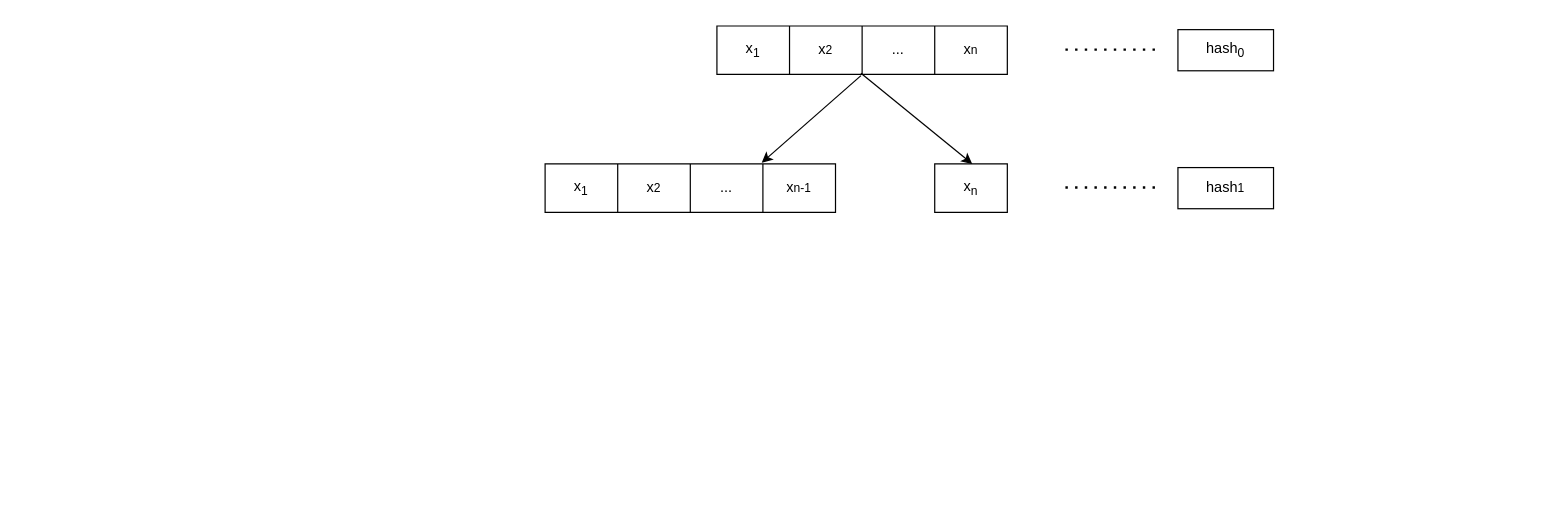
The draw.io diagram page "Process of building LSHiForest" (1 of 2) of iLSHiForest.drawio in LiLiJacky/graphData, before the edit. Source tidied: cells renumbered, new cells numbered last; positions are measured from the earlier drawing's top-left corner, leaving out a move shared by most shapes. Both pictures are drawn from the tidied source at 121%, with x=0, y=0 at pixel (544, 25).
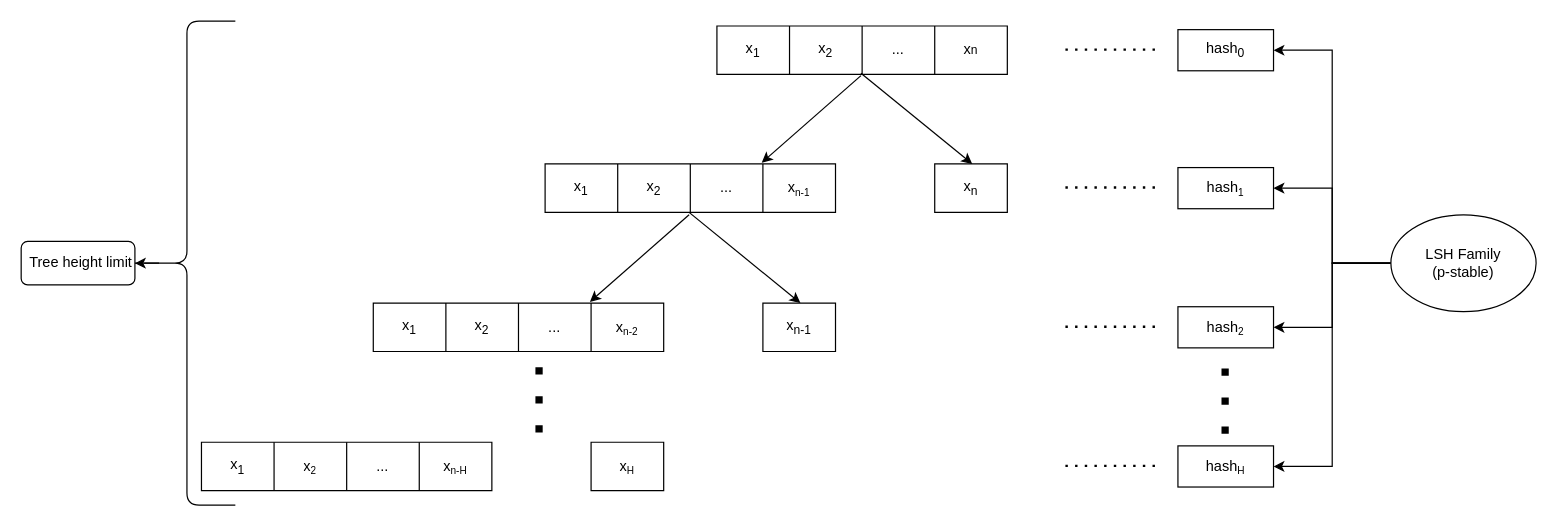
After the change.

Unchanged cells that the change refers to:
```xml
<mxCell id="4" style="shape=tableRow;horizontal=0;startSize=0;swimlaneHead=0;swimlaneBody=0;strokeColor=inherit;top=0;left=0;bottom=0;right=0;fillColor=none;points=[[0,0.5],[1,0.5]];portConstraint=eastwest;" parent="3" vertex="1">
  <mxGeometry width="240" height="40" as="geometry" />
</mxCell>
<mxCell id="10" value="hash&lt;sub&gt;0&lt;/sub&gt;" style="rounded=0;whiteSpace=wrap;html=1;" parent="1" vertex="1">
  <mxGeometry x="523" y="3" width="79" height="34" as="geometry" />
</mxCell>
<mxCell id="12" style="shape=tableRow;horizontal=0;startSize=0;swimlaneHead=0;swimlaneBody=0;strokeColor=inherit;top=0;left=0;bottom=0;right=0;fillColor=none;points=[[0,0.5],[1,0.5]];portConstraint=eastwest;" parent="11" vertex="1">
  <mxGeometry width="240" height="40" as="geometry" />
</mxCell>
```

Change to the diagram source:
```diff
@@
-    <mxCell id="6" value="x&lt;span style=&quot;font-size: 10px;&quot;&gt;2&lt;/span&gt;" style="shape=partialRectangle;html=1;whiteSpace=wrap;strokeColor=inherit;overflow=hidden;fillColor=none;top=0;left=0;bottom=0;right=0;" parent="4" vertex="1">
+    <mxCell id="6" value="x&lt;span style=&quot;border-color: var(--border-color);&quot;&gt;&lt;sub&gt;2&lt;/sub&gt;&lt;/span&gt;" style="shape=partialRectangle;html=1;whiteSpace=wrap;strokeColor=inherit;overflow=hidden;fillColor=none;top=0;left=0;bottom=0;right=0;" parent="4" vertex="1">
       <mxGeometry x="60" width="60" height="40" as="geometry" />
     </mxCell>
@@
-    <mxCell id="14" value="x&lt;span style=&quot;font-size: 10px;&quot;&gt;2&lt;/span&gt;" style="shape=partialRectangle;html=1;whiteSpace=wrap;strokeColor=inherit;overflow=hidden;fillColor=none;top=0;left=0;bottom=0;right=0;" parent="12" vertex="1">
+    <mxCell id="14" value="x&lt;sub style=&quot;border-color: var(--border-color);&quot;&gt;2&lt;/sub&gt;" style="shape=partialRectangle;html=1;whiteSpace=wrap;strokeColor=inherit;overflow=hidden;fillColor=none;top=0;left=0;bottom=0;right=0;" parent="12" vertex="1">
       <mxGeometry x="60" width="60" height="40" as="geometry" />
     </mxCell>
@@
-    <mxCell id="16" value="x&lt;span style=&quot;font-size: 10px;&quot;&gt;n-1&lt;/span&gt;" style="shape=partialRectangle;html=1;whiteSpace=wrap;strokeColor=inherit;overflow=hidden;fillColor=none;top=0;left=0;bottom=0;right=0;" parent="12" vertex="1">
+    <mxCell id="16" value="x&lt;span style=&quot;font-size: 10px;&quot;&gt;&lt;sub&gt;n-1&lt;/sub&gt;&lt;/span&gt;" style="shape=partialRectangle;html=1;whiteSpace=wrap;strokeColor=inherit;overflow=hidden;fillColor=none;top=0;left=0;bottom=0;right=0;" parent="12" vertex="1">
       <mxGeometry x="180" width="60" height="40" as="geometry" />
     </mxCell>
@@
-    <mxCell id="22" value="hash&lt;span style=&quot;font-size: 10px;&quot;&gt;1&lt;/span&gt;" style="rounded=0;whiteSpace=wrap;html=1;" parent="1" vertex="1">
+    <mxCell id="22" value="hash&lt;span style=&quot;font-size: 10px;&quot;&gt;&lt;sub&gt;1&lt;/sub&gt;&lt;/span&gt;" style="rounded=0;whiteSpace=wrap;html=1;" parent="1" vertex="1">
       <mxGeometry x="523" y="117" width="79" height="34" as="geometry" />
     </mxCell>
+    <mxCell id="23" style="rounded=0;jettySize=auto;html=1;exitX=0.496;exitY=1.025;exitDx=0;exitDy=0;exitPerimeter=0;entryX=0.746;entryY=-0.025;entryDx=0;entryDy=0;entryPerimeter=0;" parent="1" edge="1" target="25">
+      <mxGeometry relative="1" as="geometry">
+        <mxPoint x="119" y="156" as="sourcePoint" />
+      </mxGeometry>
+    </mxCell>
+    <mxCell id="24" style="shape=table;startSize=0;childLayout=tableLayout;" parent="1" vertex="1">
+      <mxGeometry x="-142" y="229" width="240" height="40" as="geometry" />
+    </mxCell>
+    <mxCell id="25" style="shape=tableRow;horizontal=0;startSize=0;swimlaneHead=0;swimlaneBody=0;strokeColor=inherit;top=0;left=0;bottom=0;right=0;fillColor=none;points=[[0,0.5],[1,0.5]];portConstraint=eastwest;" parent="24" vertex="1">
+      <mxGeometry width="240" height="40" as="geometry" />
+    </mxCell>
+    <mxCell id="26" value="x&lt;sub&gt;1&lt;/sub&gt;" style="shape=partialRectangle;html=1;whiteSpace=wrap;strokeColor=inherit;overflow=hidden;fillColor=none;top=0;left=0;bottom=0;right=0;" parent="25" vertex="1">
+      <mxGeometry width="60" height="40" as="geometry" />
+    </mxCell>
+    <mxCell id="27" value="x&lt;sub style=&quot;border-color: var(--border-color);&quot;&gt;2&lt;/sub&gt;" style="shape=partialRectangle;html=1;whiteSpace=wrap;strokeColor=inherit;overflow=hidden;fillColor=none;top=0;left=0;bottom=0;right=0;" parent="25" vertex="1">
+      <mxGeometry x="60" width="60" height="40" as="geometry" />
+    </mxCell>
+    <mxCell id="28" value="..." style="shape=partialRectangle;html=1;whiteSpace=wrap;strokeColor=inherit;overflow=hidden;fillColor=none;top=0;left=0;bottom=0;right=0;" parent="25" vertex="1">
+      <mxGeometry x="120" width="60" height="40" as="geometry" />
+    </mxCell>
+    <mxCell id="29" value="x&lt;span style=&quot;font-size: 10px;&quot;&gt;&lt;sub&gt;n-2&lt;/sub&gt;&lt;/span&gt;" style="shape=partialRectangle;html=1;whiteSpace=wrap;strokeColor=inherit;overflow=hidden;fillColor=none;top=0;left=0;bottom=0;right=0;" parent="25" vertex="1">
+      <mxGeometry x="180" width="60" height="40" as="geometry" />
+    </mxCell>
+    <mxCell id="30" style="shape=table;startSize=0;childLayout=tableLayout;" parent="1" vertex="1">
+      <mxGeometry x="180" y="229" width="60" height="40" as="geometry" />
+    </mxCell>
+    <mxCell id="31" style="shape=tableRow;horizontal=0;startSize=0;swimlaneHead=0;swimlaneBody=0;strokeColor=inherit;top=0;left=0;bottom=0;right=0;fillColor=none;points=[[0,0.5],[1,0.5]];portConstraint=eastwest;" parent="30" vertex="1">
+      <mxGeometry width="60" height="40" as="geometry" />
+    </mxCell>
+    <mxCell id="32" value="x&lt;sub&gt;n-1&lt;/sub&gt;" style="shape=partialRectangle;html=1;whiteSpace=wrap;strokeColor=inherit;overflow=hidden;fillColor=none;top=0;left=0;bottom=0;right=0;" parent="31" vertex="1">
+      <mxGeometry width="60" height="40" as="geometry" />
+    </mxCell>
+    <mxCell id="33" style="rounded=0;jettySize=auto;html=1;entryX=0.517;entryY=0;entryDx=0;entryDy=0;entryPerimeter=0;exitX=0.496;exitY=0.975;exitDx=0;exitDy=0;exitPerimeter=0;" parent="1" edge="1" target="31">
+      <mxGeometry relative="1" as="geometry">
+        <mxPoint x="119" y="154" as="sourcePoint" />
+      </mxGeometry>
+    </mxCell>
+    <mxCell id="34" style="endArrow=none;dashed=1;html=1;dashPattern=1 3;strokeWidth=2;rounded=0;" parent="1" edge="1">
+      <mxGeometry relative="1" as="geometry">
+        <mxPoint x="430" y="248.5" as="sourcePoint" />
+        <mxPoint x="506" y="248.5" as="targetPoint" />
+      </mxGeometry>
+    </mxCell>
+    <mxCell id="35" value="hash&lt;span style=&quot;font-size: 10px;&quot;&gt;&lt;sub&gt;2&lt;/sub&gt;&lt;/span&gt;" style="rounded=0;whiteSpace=wrap;html=1;" parent="1" vertex="1">
+      <mxGeometry x="523" y="232" width="79" height="34" as="geometry" />
+    </mxCell>
+    <mxCell id="36" style="shape=table;startSize=0;childLayout=tableLayout;" parent="1" vertex="1">
+      <mxGeometry x="-284" y="344" width="240" height="40" as="geometry" />
+    </mxCell>
+    <mxCell id="37" style="shape=tableRow;horizontal=0;startSize=0;swimlaneHead=0;swimlaneBody=0;strokeColor=inherit;top=0;left=0;bottom=0;right=0;fillColor=none;" parent="36" vertex="1">
+      <mxGeometry width="240" height="40" as="geometry" />
+    </mxCell>
+    <mxCell id="38" value="x&lt;sub&gt;1&lt;/sub&gt;" style="shape=partialRectangle;html=1;whiteSpace=wrap;strokeColor=inherit;overflow=hidden;fillColor=none;top=0;left=0;bottom=0;right=0;" parent="37" vertex="1">
+      <mxGeometry width="60" height="40" as="geometry" />
+    </mxCell>
+    <mxCell id="39" value="x&lt;span style=&quot;font-size: 10px;&quot;&gt;&lt;sub&gt;2&lt;/sub&gt;&lt;/span&gt;" style="shape=partialRectangle;html=1;whiteSpace=wrap;strokeColor=inherit;overflow=hidden;fillColor=none;top=0;left=0;bottom=0;right=0;" parent="37" vertex="1">
+      <mxGeometry x="60" width="60" height="40" as="geometry" />
+    </mxCell>
+    <mxCell id="40" value="..." style="shape=partialRectangle;html=1;whiteSpace=wrap;strokeColor=inherit;overflow=hidden;fillColor=none;top=0;left=0;bottom=0;right=0;" parent="37" vertex="1">
+      <mxGeometry x="120" width="60" height="40" as="geometry" />
+    </mxCell>
+    <mxCell id="41" value="x&lt;span style=&quot;font-size: 10px;&quot;&gt;&lt;sub&gt;n-H&lt;/sub&gt;&lt;/span&gt;" style="shape=partialRectangle;html=1;whiteSpace=wrap;strokeColor=inherit;overflow=hidden;fillColor=none;top=0;left=0;bottom=0;right=0;" parent="37" vertex="1">
+      <mxGeometry x="180" width="60" height="40" as="geometry" />
+    </mxCell>
+    <mxCell id="42" style="shape=table;startSize=0;childLayout=tableLayout;" parent="1" vertex="1">
+      <mxGeometry x="38" y="344" width="60" height="40" as="geometry" />
+    </mxCell>
+    <mxCell id="43" style="shape=tableRow;horizontal=0;startSize=0;swimlaneHead=0;swimlaneBody=0;strokeColor=inherit;top=0;left=0;bottom=0;right=0;fillColor=none;" parent="42" vertex="1">
+      <mxGeometry width="60" height="40" as="geometry" />
+    </mxCell>
+    <mxCell id="44" value="x&lt;span style=&quot;font-size: 10px;&quot;&gt;&lt;sub&gt;H&lt;/sub&gt;&lt;/span&gt;" style="shape=partialRectangle;html=1;whiteSpace=wrap;strokeColor=inherit;overflow=hidden;fillColor=none;top=0;left=0;bottom=0;right=0;" parent="43" vertex="1">
+      <mxGeometry width="60" height="40" as="geometry" />
+    </mxCell>
+    <mxCell id="45" style="endArrow=none;dashed=1;html=1;dashPattern=1 3;strokeWidth=2;rounded=0;" parent="1" edge="1">
+      <mxGeometry relative="1" as="geometry">
+        <mxPoint x="430" y="363.5" as="sourcePoint" />
+        <mxPoint x="506" y="363.5" as="targetPoint" />
+      </mxGeometry>
+    </mxCell>
+    <mxCell id="46" value="hash&lt;span style=&quot;font-size: 10px;&quot;&gt;&lt;sub&gt;H&lt;/sub&gt;&lt;/span&gt;" style="rounded=0;whiteSpace=wrap;html=1;" parent="1" vertex="1">
+      <mxGeometry x="523" y="347" width="79" height="34" as="geometry" />
+    </mxCell>
+    <mxCell id="47" style="endArrow=none;dashed=1;html=1;dashPattern=1 3;strokeWidth=6;rounded=1;jumpSize=4;" parent="1" edge="1">
+      <mxGeometry relative="1" as="geometry">
+        <mxPoint x="-5" y="336" as="sourcePoint" />
+        <mxPoint x="-5" y="276" as="targetPoint" />
+      </mxGeometry>
+    </mxCell>
+    <mxCell id="48" style="edgeStyle=orthogonalEdgeStyle;rounded=0;jettySize=auto;html=1;" parent="1" edge="1" source="49" target="50">
+      <mxGeometry relative="1" as="geometry" />
+    </mxCell>
+    <mxCell id="49" style="shape=curlyBracket;whiteSpace=wrap;html=1;rounded=1;labelPosition=left;verticalLabelPosition=middle;align=right;verticalAlign=middle;" parent="1" vertex="1">
+      <mxGeometry x="-336" y="-4" width="80" height="400" as="geometry" />
+    </mxCell>
+    <mxCell id="50" value="Tree height limit" style="whiteSpace=wrap;html=1;align=right;rounded=1;" parent="1" vertex="1">
+      <mxGeometry x="-433" y="178" width="94" height="36" as="geometry" />
+    </mxCell>
+    <mxCell id="51" style="edgeStyle=orthogonalEdgeStyle;rounded=0;jettySize=auto;html=1;entryX=1;entryY=0.5;entryDx=0;entryDy=0;" parent="1" edge="1" source="55" target="10">
+      <mxGeometry relative="1" as="geometry" />
+    </mxCell>
+    <mxCell id="52" style="edgeStyle=orthogonalEdgeStyle;rounded=0;jettySize=auto;html=1;entryX=1;entryY=0.5;entryDx=0;entryDy=0;" parent="1" edge="1" source="55" target="22">
+      <mxGeometry relative="1" as="geometry" />
+    </mxCell>
+    <mxCell id="53" style="edgeStyle=orthogonalEdgeStyle;rounded=0;jettySize=auto;html=1;entryX=1;entryY=0.5;entryDx=0;entryDy=0;" parent="1" edge="1" source="55" target="35">
+      <mxGeometry relative="1" as="geometry" />
+    </mxCell>
+    <mxCell id="54" style="edgeStyle=orthogonalEdgeStyle;rounded=0;jettySize=auto;html=1;entryX=1;entryY=0.5;entryDx=0;entryDy=0;" parent="1" edge="1" source="55" target="46">
+      <mxGeometry relative="1" as="geometry" />
+    </mxCell>
+    <mxCell id="55" value="LSH Family&lt;br&gt;(p-stable)" style="ellipse;whiteSpace=wrap;html=1;" parent="1" vertex="1">
+      <mxGeometry x="699" y="156" width="120" height="80" as="geometry" />
+    </mxCell>
+    <mxCell id="56" style="endArrow=none;dashed=1;html=1;dashPattern=1 3;strokeWidth=6;rounded=1;jumpSize=4;" parent="1" edge="1">
+      <mxGeometry relative="1" as="geometry">
+        <mxPoint x="562" y="337" as="sourcePoint" />
+        <mxPoint x="562" y="277" as="targetPoint" />
+      </mxGeometry>
+    </mxCell>
```
